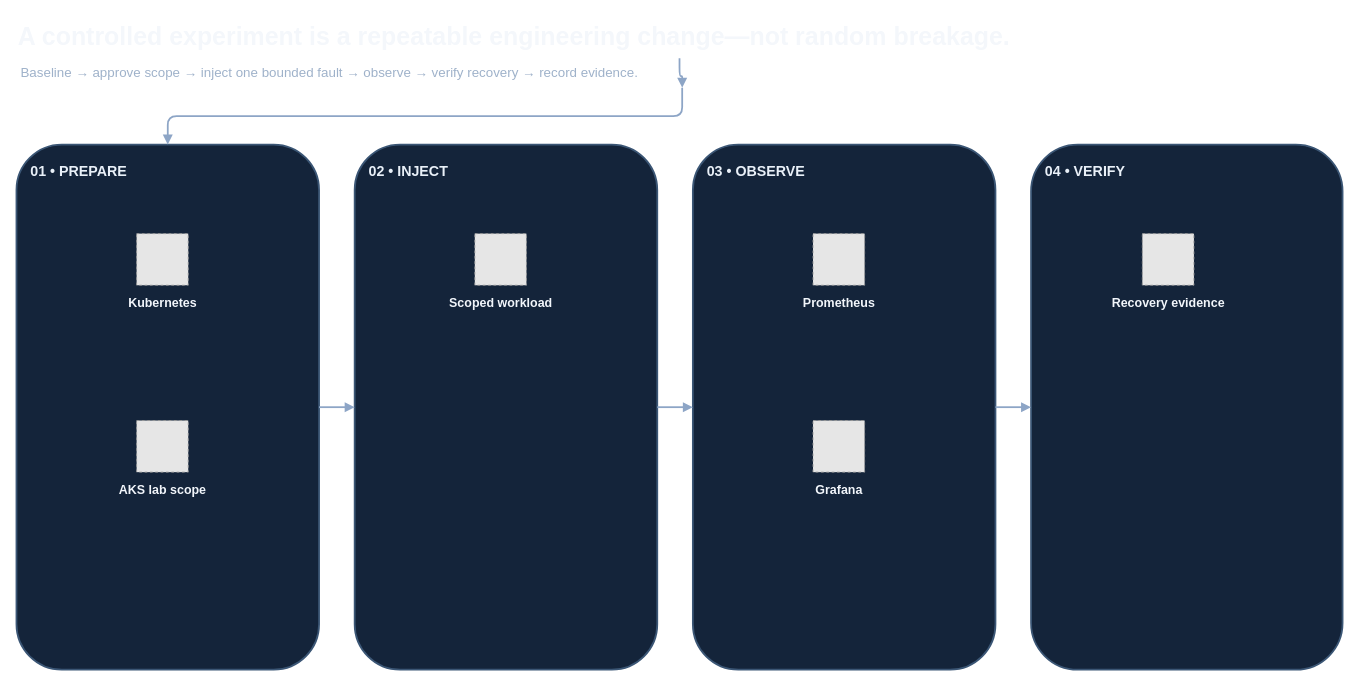
Earlier version of the draw.io diagram docs/diagrams/02-chaos-experiment-lifecycle.drawio (haqueamir70-coder/kubernetes-chaos-engineering-resilience-lab). Source tidied: cells renumbered, new cells numbered last; positions are measured from the earlier drawing's top-left corner, leaving out a move shared by most shapes. Both pictures are drawn from the tidied source at 89%, with x=0, y=0 at pixel (16, 15). Pictures stored in the file or linked from it are replaced by grey dashed boxes.
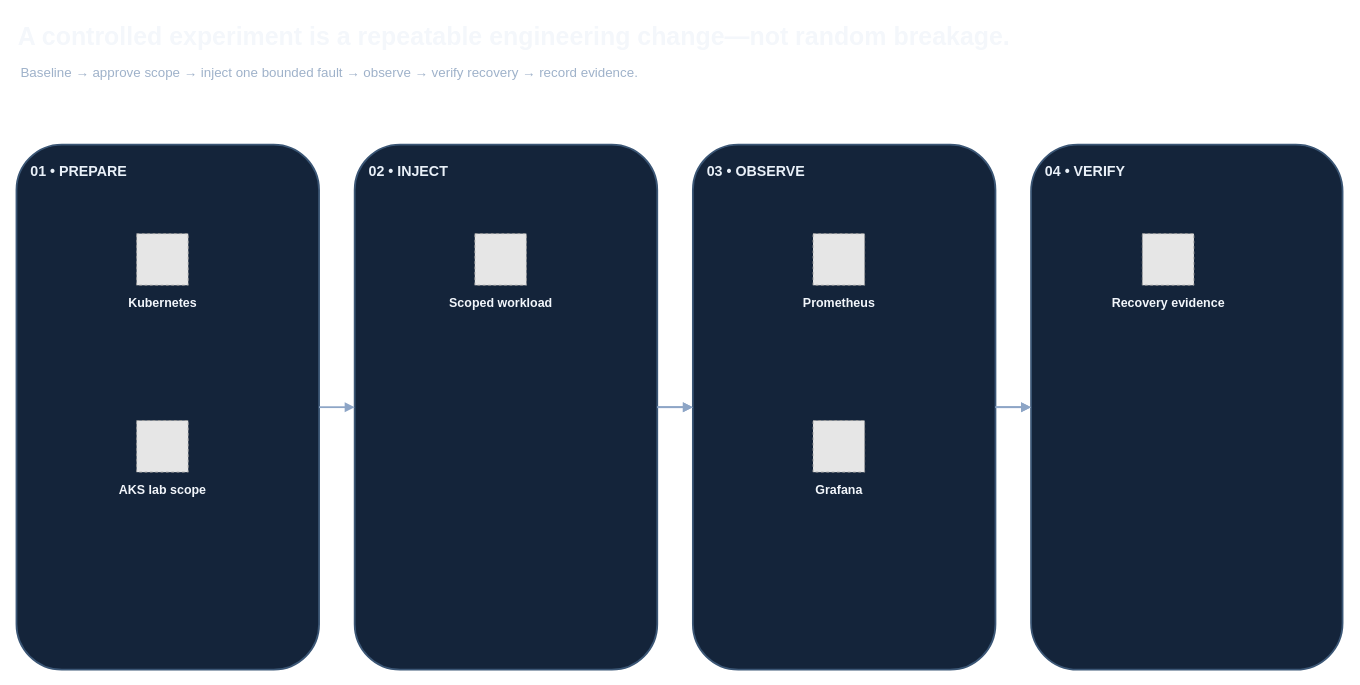
The same diagram, later.

Commit message:
design: correct diagram flow connectors and SLO stage

Unchanged cells that the change refers to:
```xml
<mxCell id="2" value="A controlled experiment is a repeatable engineering change—not random breakage." style="text;html=1;strokeColor=none;fillColor=none;fontColor=#f4f7fb;fontSize=28;fontStyle=1;align=left;verticalAlign=middle;" parent="1" vertex="1">
  <mxGeometry width="1490" height="48" as="geometry" />
</mxCell>
<mxCell id="3" value="Baseline → approve scope → inject one bounded fault → observe → verify recovery → record evidence." style="text;html=1;strokeColor=none;fillColor=none;fontColor=#9fb2ca;fontSize=15;align=left;verticalAlign=middle;" parent="1" vertex="1">
  <mxGeometry x="3" y="47" width="1490" height="34" as="geometry" />
</mxCell>
<mxCell id="4" value="01 • PREPARE" style="rounded=1;whiteSpace=wrap;html=1;fillColor=#14243a;strokeColor=#3b5675;strokeWidth=2;fontColor=#e9f0f8;fontSize=16;fontStyle=1;align=left;verticalAlign=top;spacing=16;" parent="1" vertex="1">
  <mxGeometry y="145" width="340" height="590" as="geometry" />
</mxCell>
<mxCell id="5" value="02 • INJECT" style="rounded=1;whiteSpace=wrap;html=1;fillColor=#14243a;strokeColor=#3b5675;strokeWidth=2;fontColor=#e9f0f8;fontSize=16;fontStyle=1;align=left;verticalAlign=top;spacing=16;" parent="1" vertex="1">
  <mxGeometry x="380" y="145" width="340" height="590" as="geometry" />
</mxCell>
<mxCell id="6" value="03 • OBSERVE" style="rounded=1;whiteSpace=wrap;html=1;fillColor=#14243a;strokeColor=#3b5675;strokeWidth=2;fontColor=#e9f0f8;fontSize=16;fontStyle=1;align=left;verticalAlign=top;spacing=16;" parent="1" vertex="1">
  <mxGeometry x="760" y="145" width="340" height="590" as="geometry" />
</mxCell>
<mxCell id="7" value="04 • VERIFY" style="rounded=1;whiteSpace=wrap;html=1;fillColor=#14243a;strokeColor=#3b5675;strokeWidth=2;fontColor=#e9f0f8;fontSize=16;fontStyle=1;align=left;verticalAlign=top;spacing=16;" parent="1" vertex="1">
  <mxGeometry x="1140" y="145" width="350" height="590" as="geometry" />
</mxCell>
```

The edit, as a diff of the source:
```diff
@@
-    <mxCell id="20" style="edgeStyle=orthogonalEdgeStyle;rounded=1;jettySize=auto;html=1;strokeColor=#8da5c6;strokeWidth=2;endArrow=block;endFill=1;fontColor=#cbd8e8;fontSize=12;labelBackgroundColor=#14243a;" parent="1" edge="1" source="2" target="3">
+    <mxCell id="20" style="edgeStyle=orthogonalEdgeStyle;rounded=1;jettySize=auto;html=1;strokeColor=#8da5c6;strokeWidth=2;endArrow=block;endFill=1;fontColor=#cbd8e8;fontSize=12;labelBackgroundColor=#14243a;" parent="1" edge="1" source="6" target="7">
       <mxGeometry relative="1" as="geometry" />
     </mxCell>
-    <mxCell id="21" style="edgeStyle=orthogonalEdgeStyle;rounded=1;jettySize=auto;html=1;strokeColor=#8da5c6;strokeWidth=2;endArrow=block;endFill=1;fontColor=#cbd8e8;fontSize=12;labelBackgroundColor=#14243a;" parent="1" edge="1" source="3" target="4">
+    <mxCell id="21" style="edgeStyle=orthogonalEdgeStyle;rounded=1;jettySize=auto;html=1;strokeColor=#8da5c6;strokeWidth=2;endArrow=block;endFill=1;fontColor=#cbd8e8;fontSize=12;labelBackgroundColor=#14243a;" parent="1" edge="1" source="5" target="6">
       <mxGeometry relative="1" as="geometry" />
     </mxCell>
```
